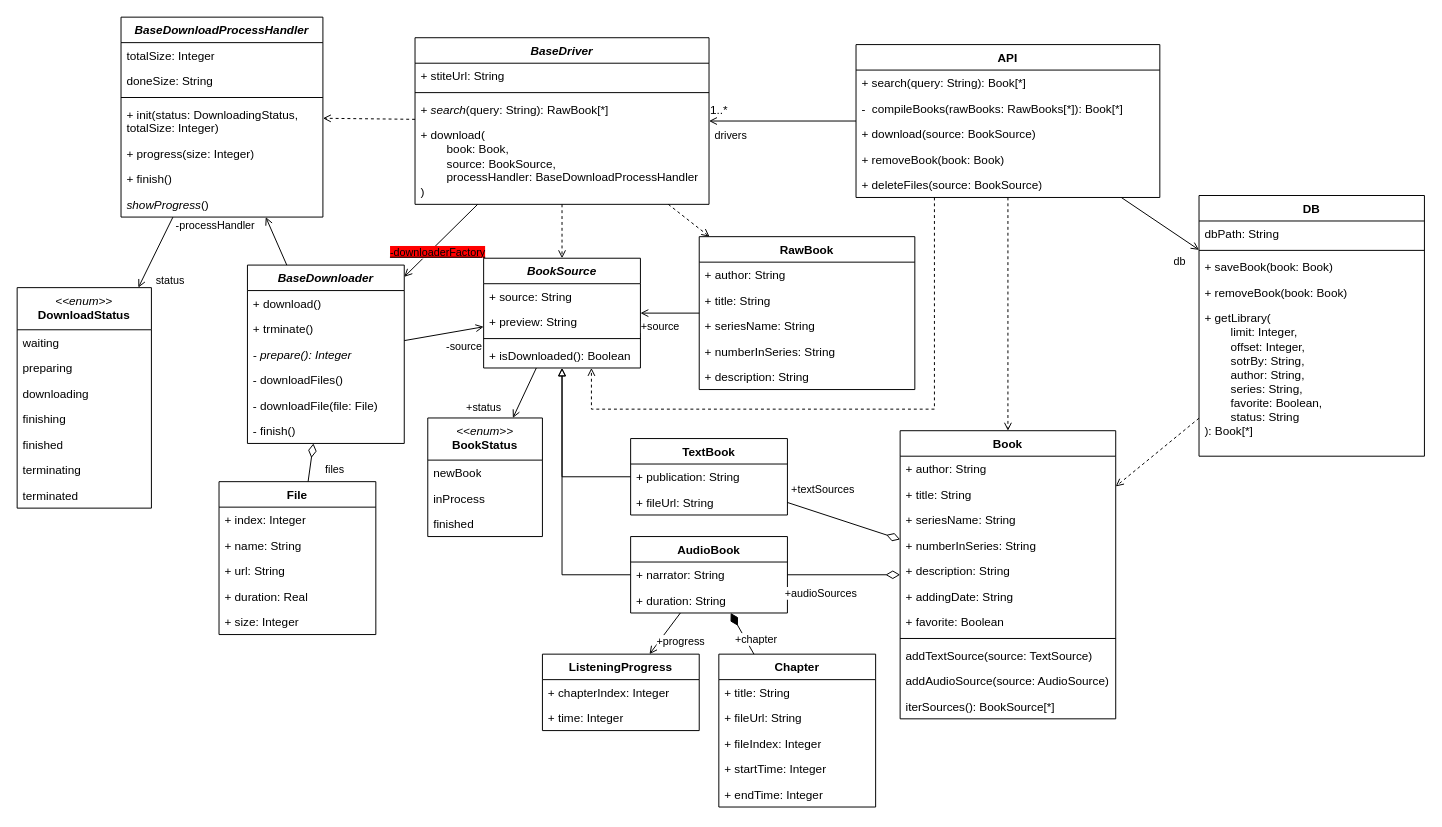
Before: page "Classes" (5 of 7) of lab2/lab2.drawio in YuumiEnjoyer/OOAP, a draw.io diagram. Source tidied: cells renumbered, new cells numbered last; positions are measured from the earlier drawing's top-left corner, leaving out a move shared by most shapes. Both pictures are drawn from the tidied source at 98%, with x=0, y=0 at pixel (17, 17).
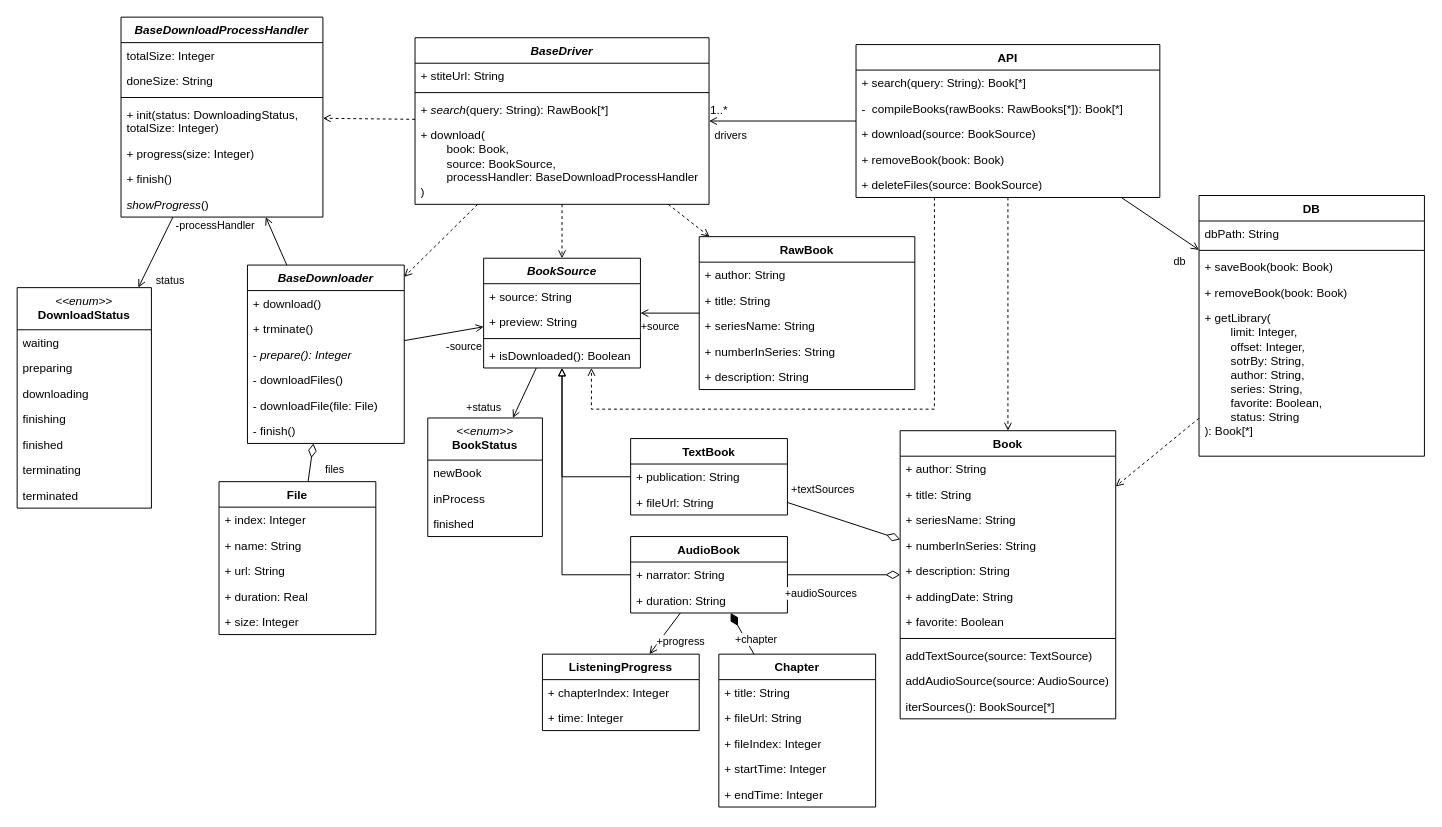
The same page after the edit.

Unchanged cells that the change refers to:
```xml
<mxCell id="4" value="&lt;i&gt;BaseDriver&lt;/i&gt;" style="swimlane;fontStyle=1;align=center;verticalAlign=top;horizontal=1;startSize=26;whiteSpace=wrap;html=1;" parent="1" vertex="1">
  <mxGeometry x="406" y="21" width="300" height="170" as="geometry" />
</mxCell>
<mxCell id="9" value="&lt;i&gt;BaseDownloader&lt;/i&gt;" style="swimlane;fontStyle=1;align=center;verticalAlign=top;horizontal=1;startSize=26;whiteSpace=wrap;html=1;" parent="1" vertex="1">
  <mxGeometry x="235" y="253" width="160" height="182" as="geometry" />
</mxCell>
```

What changed in the source:
```diff
@@
-    <mxCell id="16" value="&lt;u style=&quot;background-color: light-dark(rgb(255, 0, 0), rgb(237, 237, 237));&quot;&gt;-downloaderFactory&lt;/u&gt;" style="html=1;verticalAlign=bottom;endArrow=open;curved=0;rounded=0;endFill=0;" parent="1" edge="1" source="4" target="9">
+    <mxCell id="16" style="html=1;verticalAlign=bottom;endArrow=open;curved=0;rounded=0;endFill=0;dashed=1;" parent="1" edge="1" source="4" target="9">
       <mxGeometry x="0.33" y="13" relative="1" as="geometry" />
     </mxCell>
```
